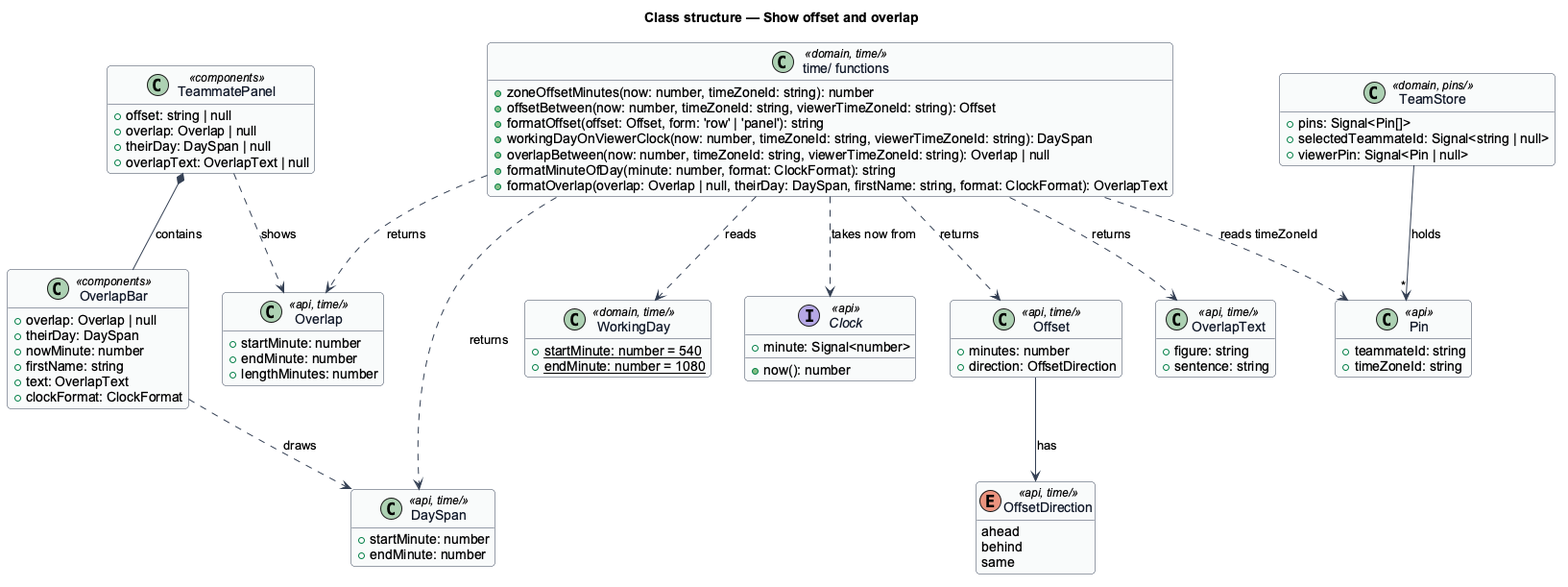
Earlier version of the PlantUML export docs/detailed-designs/time/show-offset-and-overlap/diagrams/class-structure.png (QuinntyneBrown/Mondino).
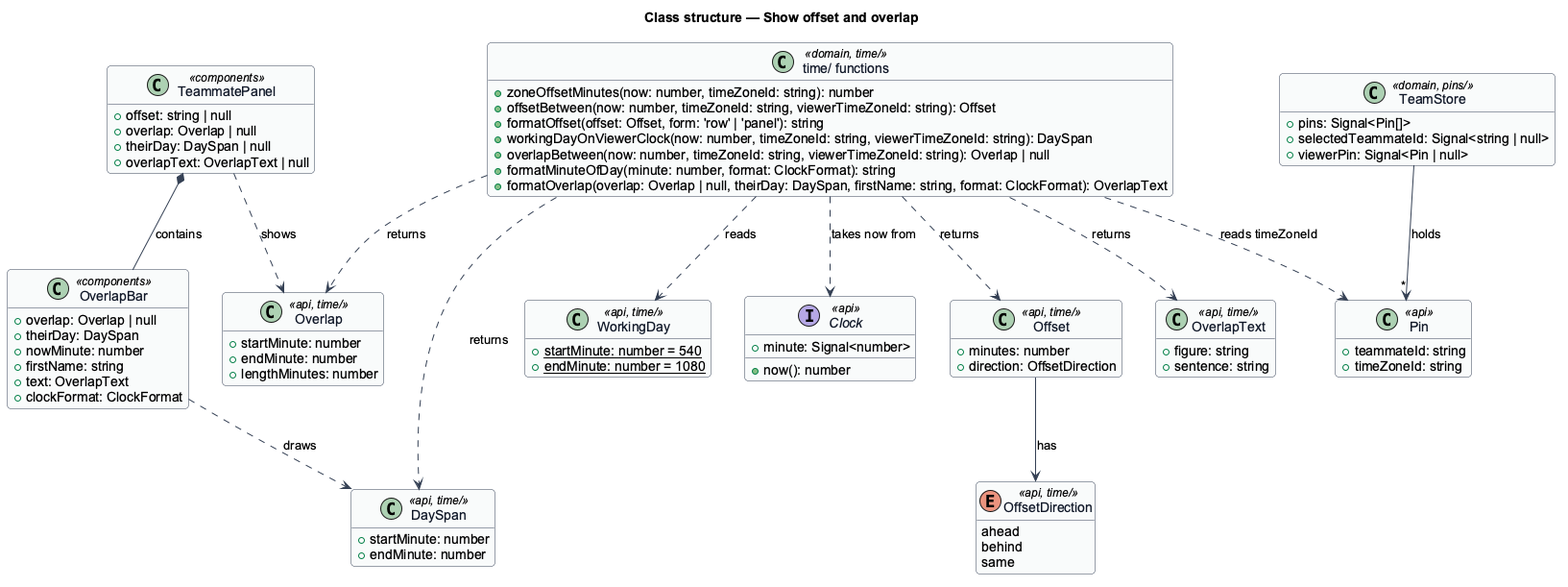
After the change.

What changed in the source:
```diff
@@ -50,7 +50,7 @@
   +lengthMinutes: number
 }
 
-class WorkingDay <<domain, time/>> {
+class WorkingDay <<api, time/>> {
   +{static} startMinute: number = 540
   +{static} endMinute: number = 1080
 }
```
